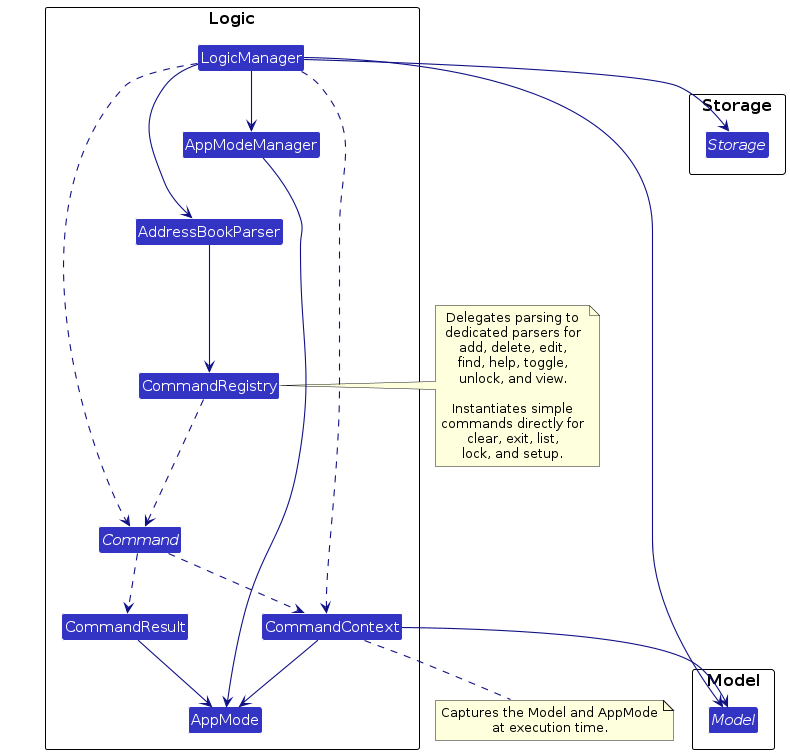
This is diagrams/LogicClassDiagram.png from AY2526S2-CS2103T-T15-2/tp, a PlantUML export, as it was before one commit. Its source is kept beside it as diagrams/LogicClassDiagram.puml.
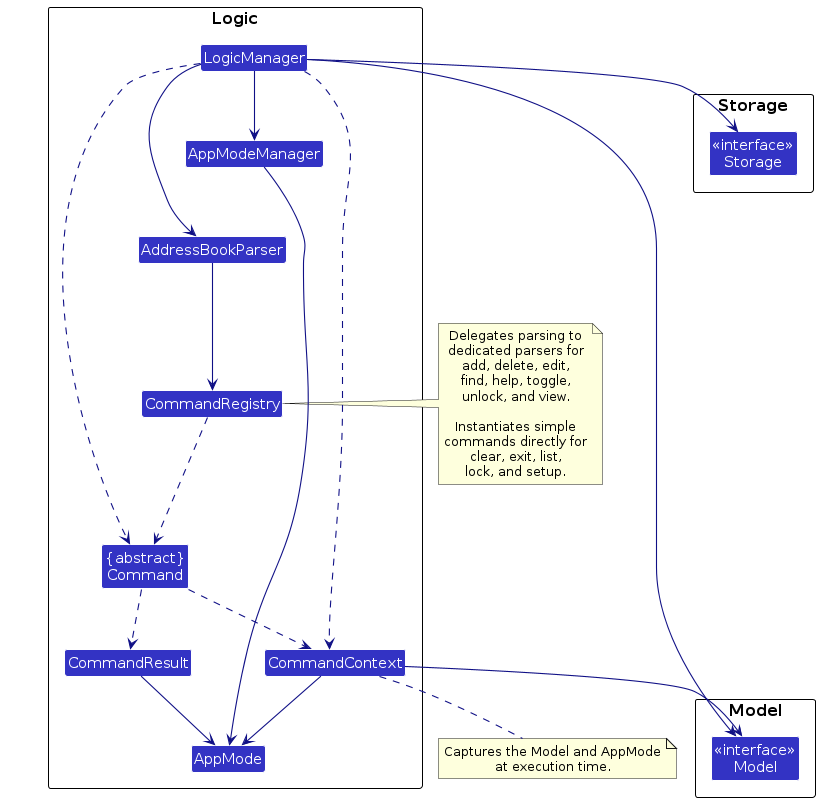
Later version of the same file.

What changed in the source:
```diff
@@ -4,11 +4,13 @@
 skinparam arrowColor LOGIC_COLOR_T4
 skinparam classBackgroundColor LOGIC_COLOR
 
+skinparam classFontStyle plain
+
 package Logic {
     class LogicManager
     class AddressBookParser
     class CommandRegistry
-    abstract class Command
+    class "{abstract}\nCommand" as Command
     class CommandContext
     class CommandResult
     class AppModeManager
@@ -16,11 +18,11 @@
 }
 
 package Model {
-    interface "Model" as ModelApi
+    class "<<interface>>\nModel" as ModelApi
 }
 
 package Storage {
-    interface "Storage" as StorageApi
+    class "<<interface>>\nStorage" as StorageApi
 }
 
 LogicManager --> AddressBookParser
```
